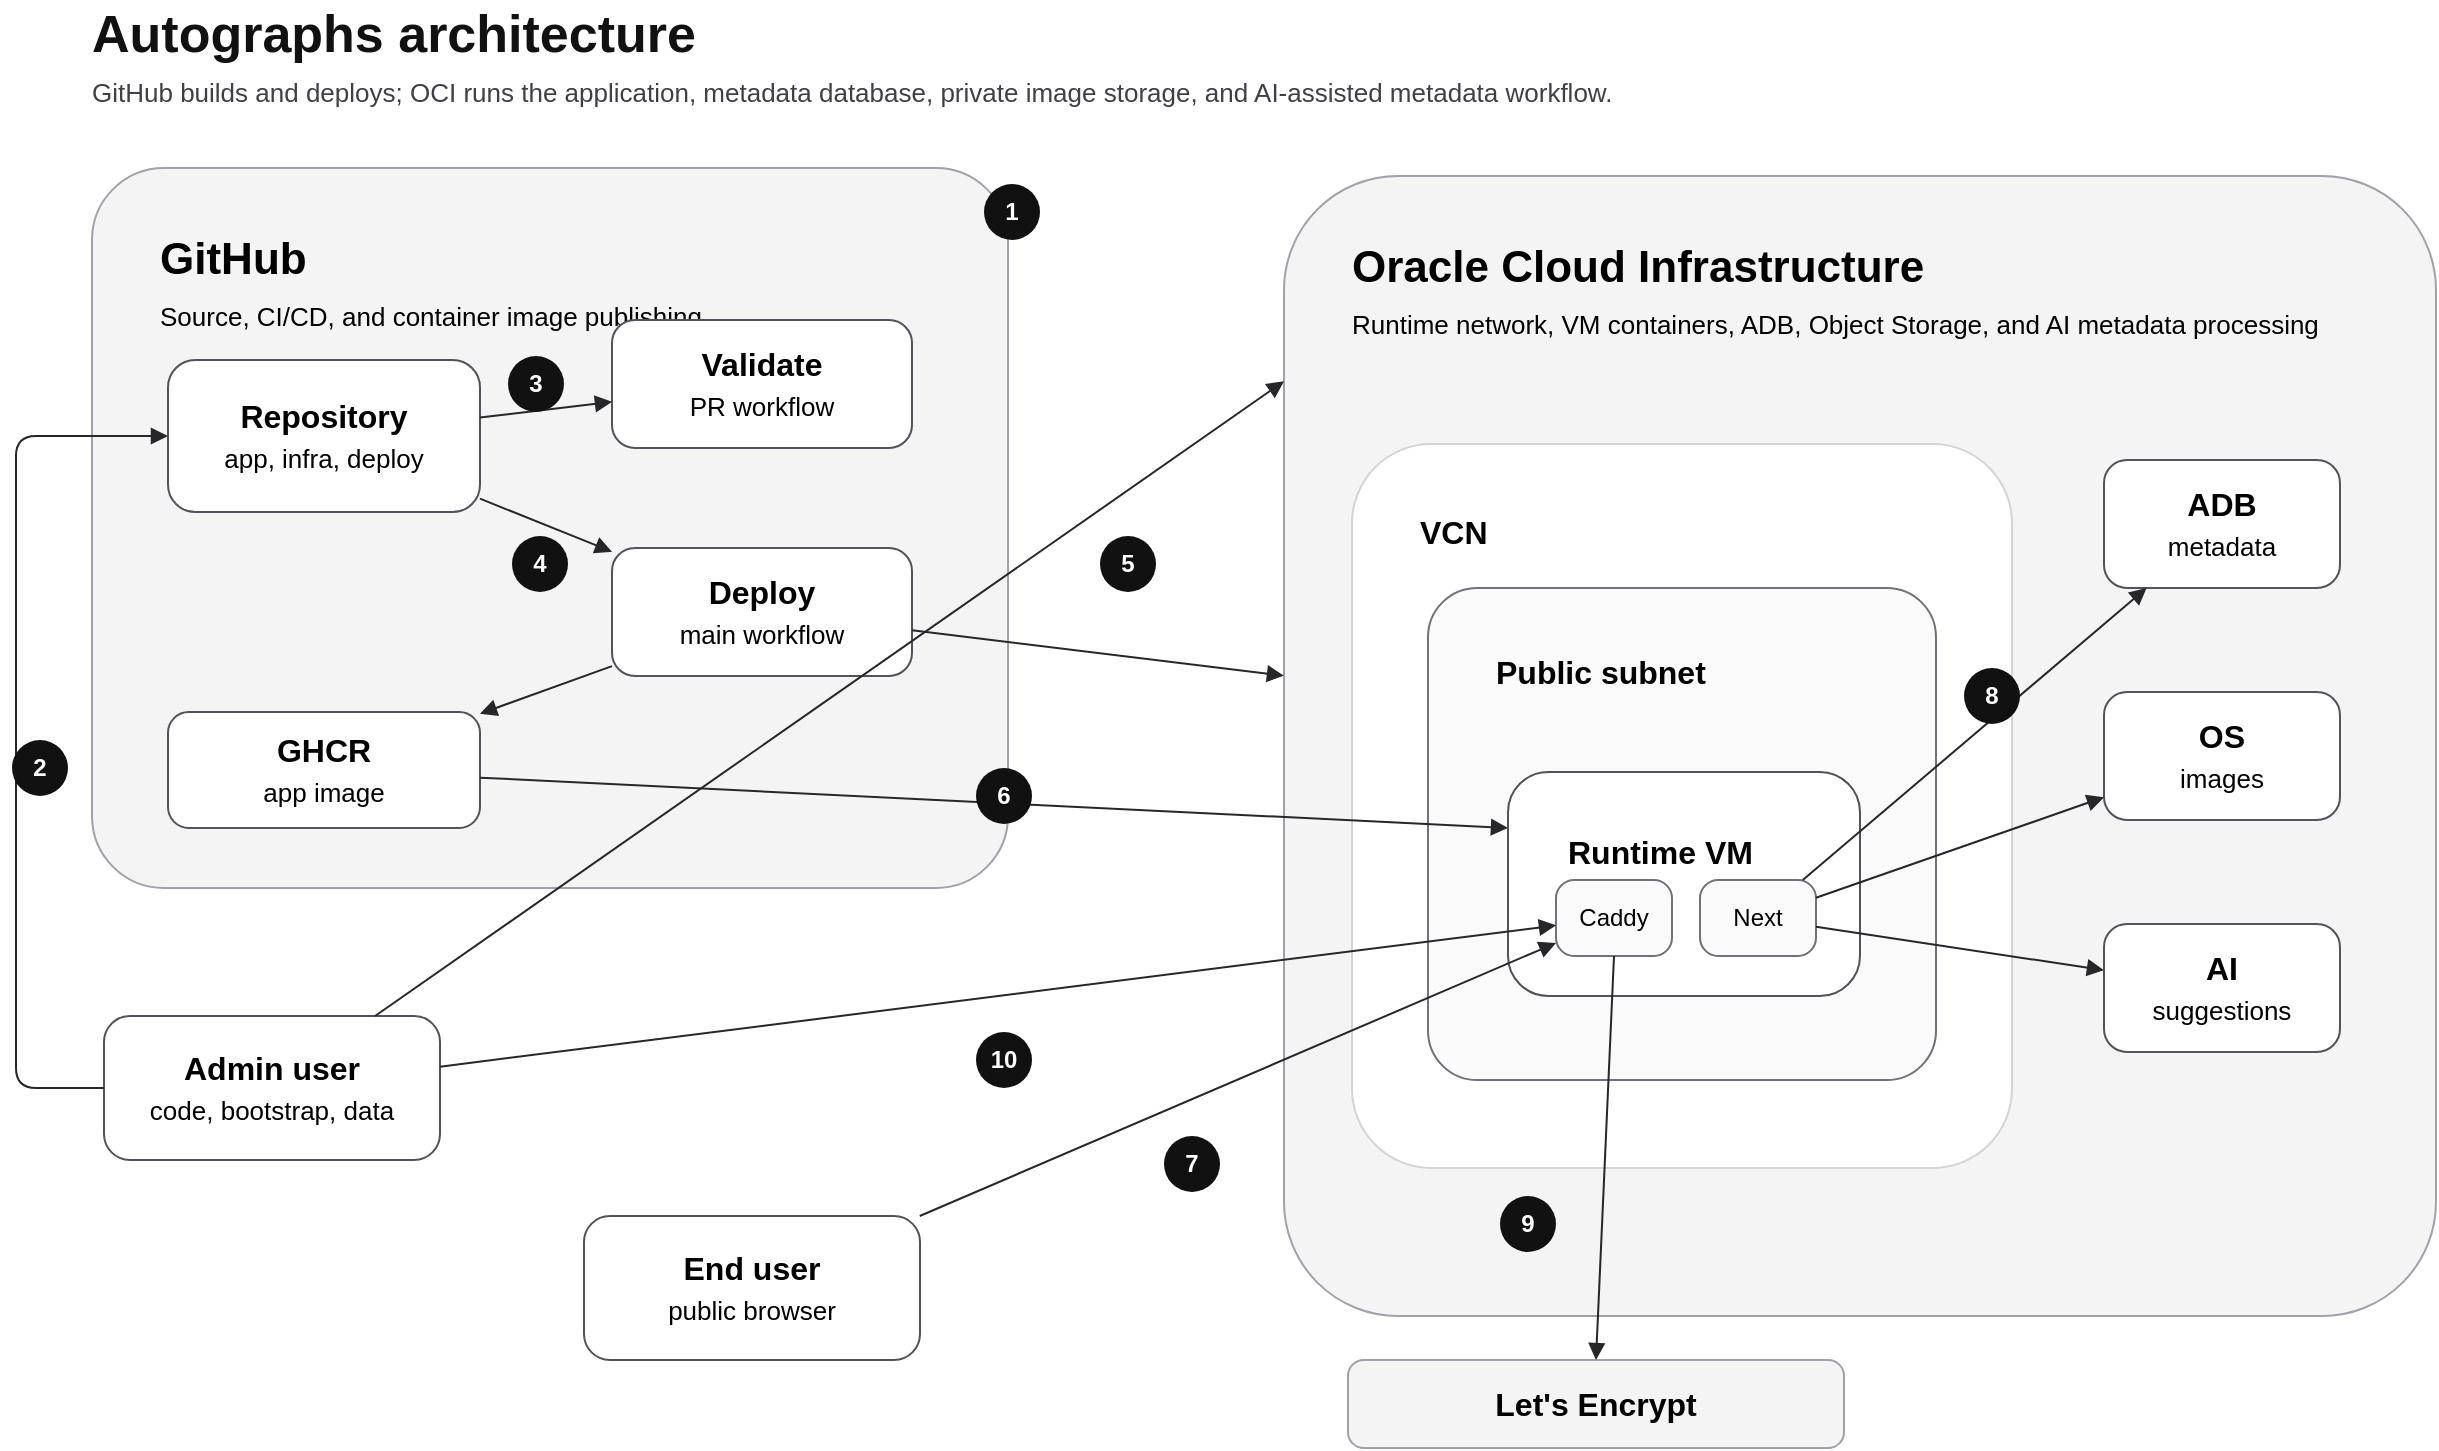
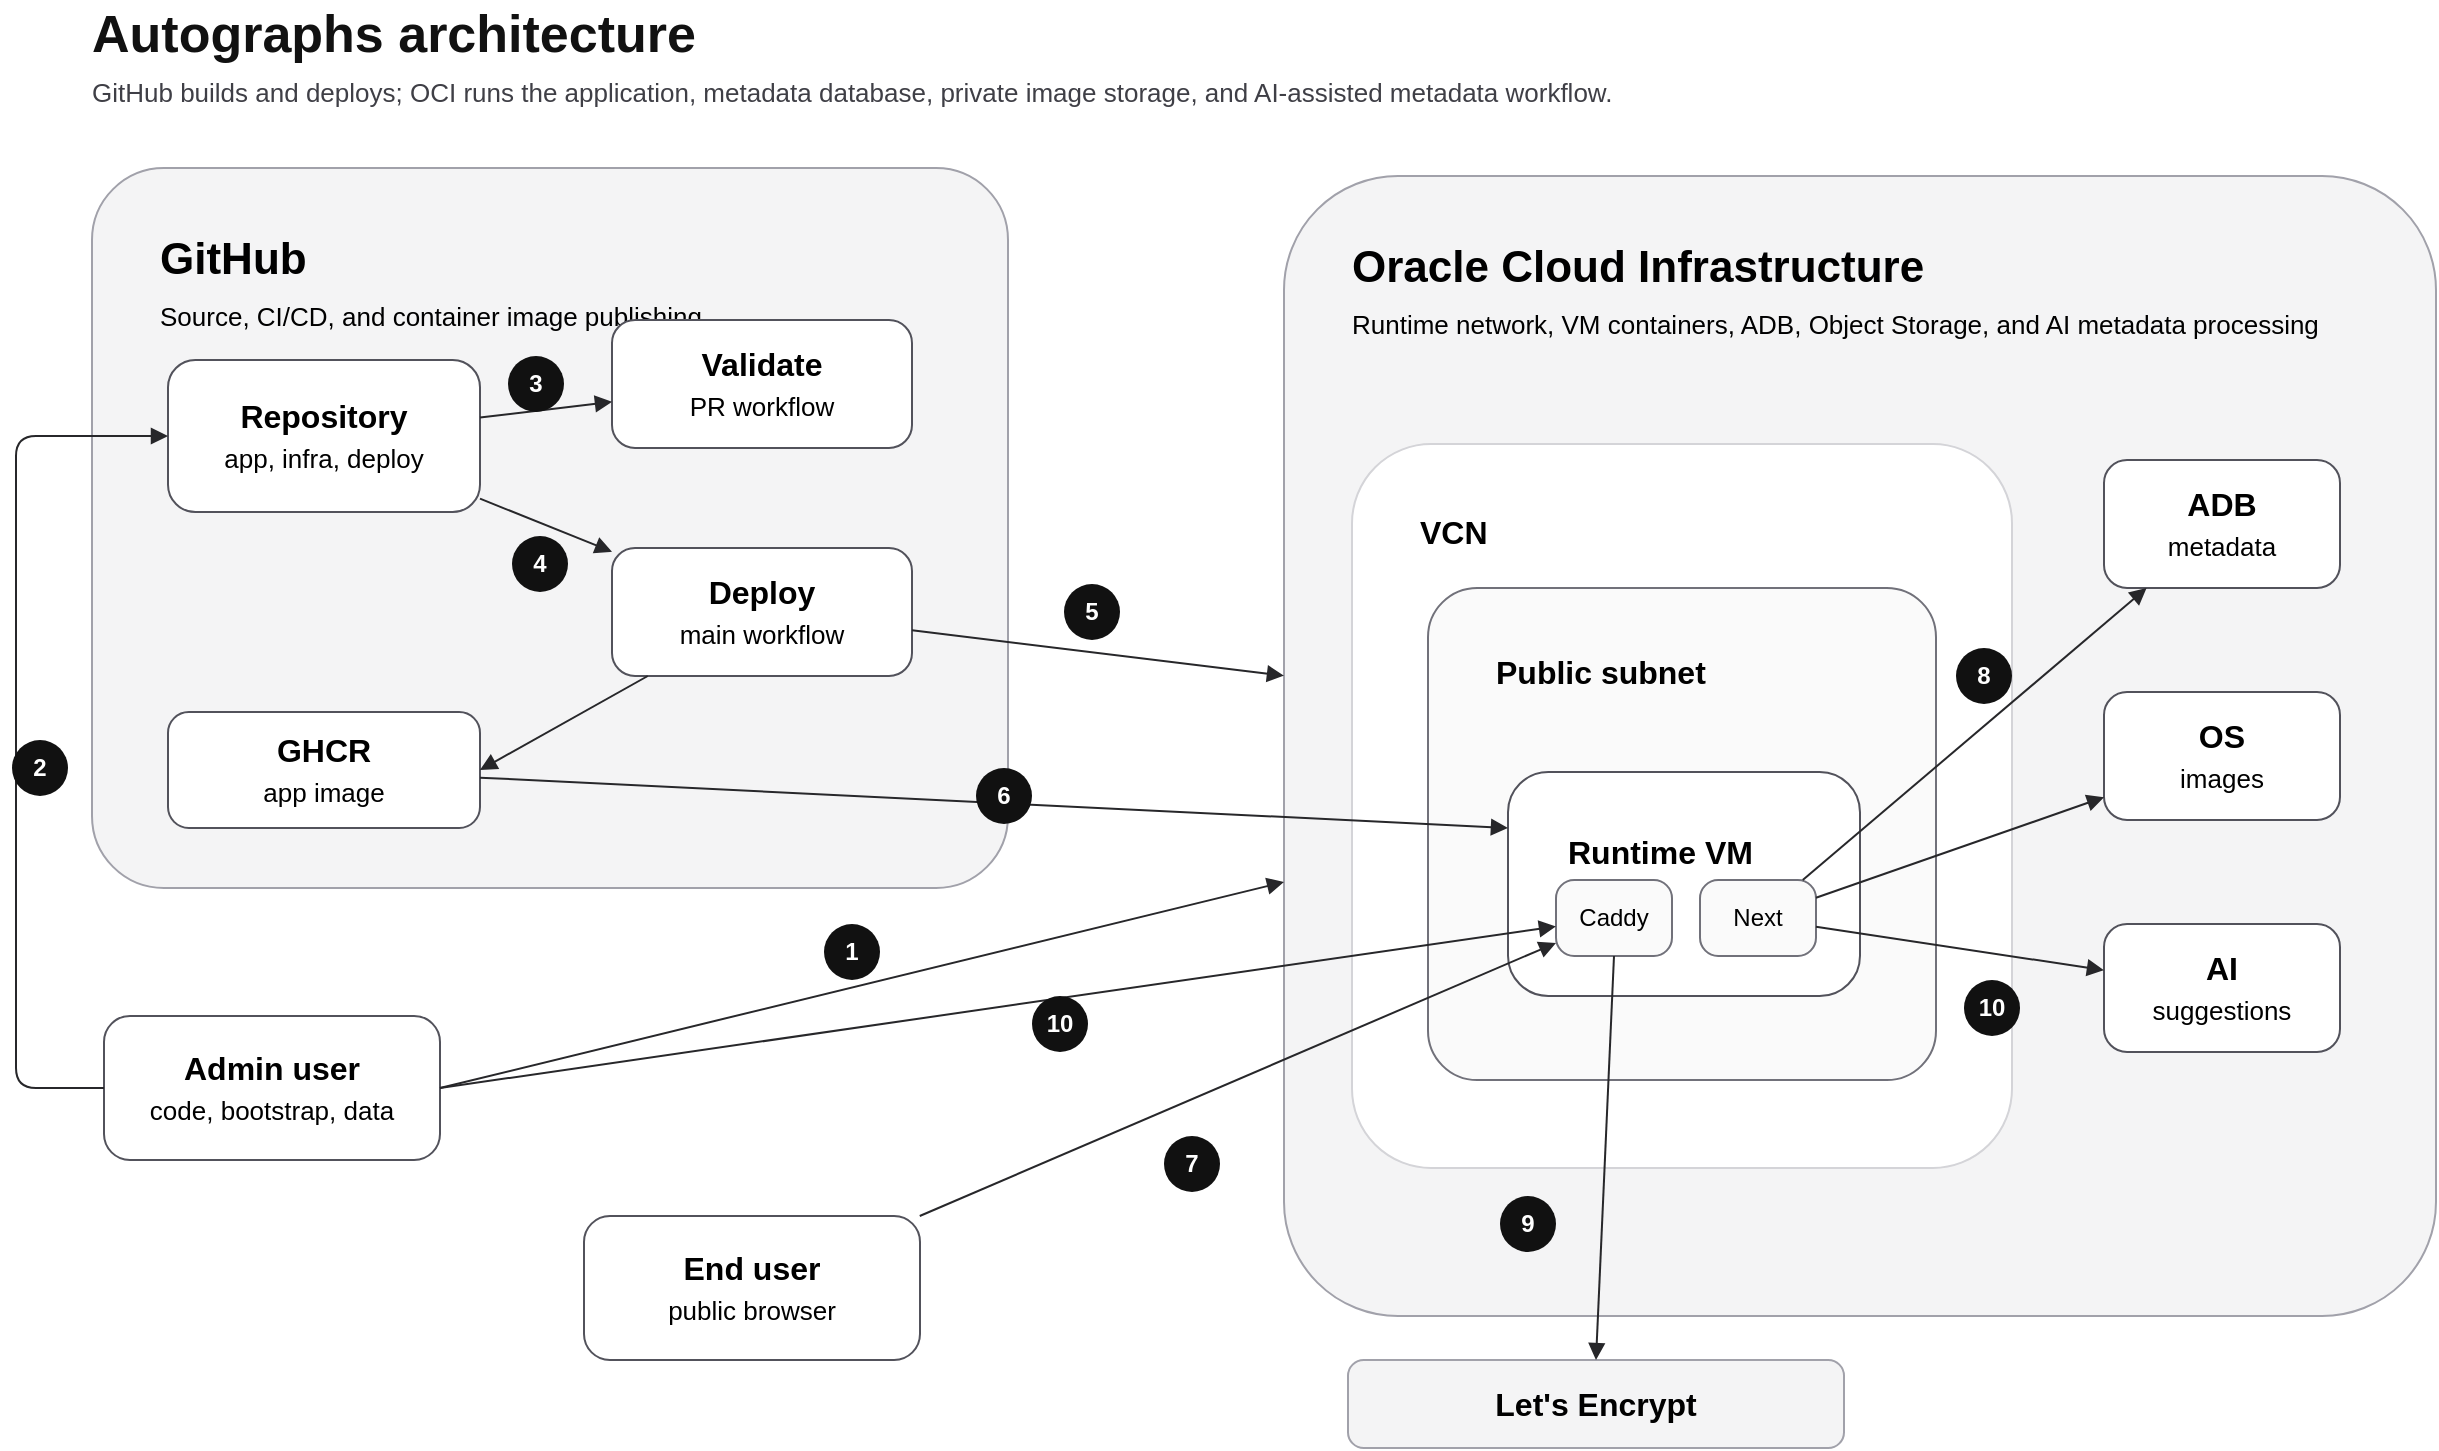
- <mxfile host="app.diagrams.net" modified="2026-05-14T00:00:00.000Z" agent="Codex" version="24.7.17" type="device">
+ <mxfile host="app.diagrams.net" agent="Codex">
  <diagram id="autographs-simplified-architecture" name="Autographs Architecture">
-     <mxGraphModel dx="1280" dy="760" grid="1" gridSize="10" guides="1" tooltips="1" connect="1" arrows="1" fold="1" page="1" pageScale="1" pageWidth="1280" pageHeight="760" math="0" shadow="0">
+     <mxGraphModel dx="1368" dy="734" grid="1" gridSize="10" guides="1" tooltips="1" connect="1" arrows="1" fold="1" page="1" pageScale="1" pageWidth="1280" pageHeight="760" math="0" shadow="0">
      <root>
        <mxCell id="0" />
        <mxCell id="1" parent="0" />
-         <mxCell id="title" value="Autographs architecture" style="text;html=1;strokeColor=none;fillColor=none;fontSize=26;fontStyle=1;fontColor=#111111;align=left;verticalAlign=middle;" vertex="1" parent="1"><mxGeometry x="52" y="28" width="360" height="34" as="geometry" /></mxCell>
-         <mxCell id="subtitle" value="GitHub builds and deploys; OCI runs the application, metadata database, private image storage, and AI-assisted metadata workflow." style="text;html=1;strokeColor=none;fillColor=none;fontSize=13;fontColor=#3f3f46;align=left;verticalAlign=middle;" vertex="1" parent="1"><mxGeometry x="52" y="62" width="790" height="24" as="geometry" /></mxCell>
-         <mxCell id="github-zone" value="GitHub&lt;br&gt;&lt;font style=&quot;font-size: 13px; font-weight: 400;&quot;&gt;Source, CI/CD, and container image publishing&lt;/font&gt;" style="rounded=1;whiteSpace=wrap;html=1;fillColor=#f4f4f5;strokeColor=#a1a1aa;fontStyle=1;fontSize=22;align=left;verticalAlign=top;spacingLeft=32;spacingTop=26;arcSize=10;" vertex="1" parent="1"><mxGeometry x="54" y="112" width="458" height="360" as="geometry" /></mxCell>
-         <mxCell id="repo" value="&lt;b&gt;Repository&lt;/b&gt;&lt;br&gt;&lt;font style=&quot;font-size: 13px;&quot;&gt;app, infra, deploy&lt;/font&gt;" style="rounded=1;whiteSpace=wrap;html=1;fillColor=#ffffff;strokeColor=#52525b;arcSize=18;fontSize=16;" vertex="1" parent="1"><mxGeometry x="92" y="208" width="156" height="76" as="geometry" /></mxCell>
-         <mxCell id="validate" value="&lt;b&gt;Validate&lt;/b&gt;&lt;br&gt;&lt;font style=&quot;font-size: 13px;&quot;&gt;PR workflow&lt;/font&gt;" style="rounded=1;whiteSpace=wrap;html=1;fillColor=#ffffff;strokeColor=#52525b;arcSize=18;fontSize=16;" vertex="1" parent="1"><mxGeometry x="314" y="188" width="150" height="64" as="geometry" /></mxCell>
-         <mxCell id="deploy" value="&lt;b&gt;Deploy&lt;/b&gt;&lt;br&gt;&lt;font style=&quot;font-size: 13px;&quot;&gt;main workflow&lt;/font&gt;" style="rounded=1;whiteSpace=wrap;html=1;fillColor=#ffffff;strokeColor=#52525b;arcSize=18;fontSize=16;" vertex="1" parent="1"><mxGeometry x="314" y="302" width="150" height="64" as="geometry" /></mxCell>
-         <mxCell id="ghcr" value="&lt;b&gt;GHCR&lt;/b&gt;&lt;br&gt;&lt;font style=&quot;font-size: 13px;&quot;&gt;app image&lt;/font&gt;" style="rounded=1;whiteSpace=wrap;html=1;fillColor=#ffffff;strokeColor=#52525b;arcSize=18;fontSize=16;" vertex="1" parent="1"><mxGeometry x="92" y="384" width="156" height="58" as="geometry" /></mxCell>
-         <mxCell id="admin" value="&lt;b&gt;Admin user&lt;/b&gt;&lt;br&gt;&lt;font style=&quot;font-size: 13px;&quot;&gt;code, bootstrap, data&lt;/font&gt;" style="rounded=1;whiteSpace=wrap;html=1;fillColor=#ffffff;strokeColor=#52525b;arcSize=18;fontSize=16;" vertex="1" parent="1"><mxGeometry x="60" y="536" width="168" height="72" as="geometry" /></mxCell>
-         <mxCell id="end-user" value="&lt;b&gt;End user&lt;/b&gt;&lt;br&gt;&lt;font style=&quot;font-size: 13px;&quot;&gt;public browser&lt;/font&gt;" style="rounded=1;whiteSpace=wrap;html=1;fillColor=#ffffff;strokeColor=#52525b;arcSize=18;fontSize=16;" vertex="1" parent="1"><mxGeometry x="300" y="636" width="168" height="72" as="geometry" /></mxCell>
-         <mxCell id="oci-zone" value="Oracle Cloud Infrastructure&lt;br&gt;&lt;font style=&quot;font-size: 13px; font-weight: 400;&quot;&gt;Runtime network, VM containers, ADB, Object Storage, and AI metadata processing&lt;/font&gt;" style="rounded=1;whiteSpace=wrap;html=1;fillColor=#f4f4f5;strokeColor=#a1a1aa;fontStyle=1;fontSize=22;align=left;verticalAlign=top;spacingLeft=32;spacingTop=26;arcSize=10;" vertex="1" parent="1"><mxGeometry x="650" y="116" width="576" height="570" as="geometry" /></mxCell>
-         <mxCell id="vcn" value="&lt;b&gt;VCN&lt;/b&gt;" style="rounded=1;whiteSpace=wrap;html=1;fillColor=#ffffff;strokeColor=#d4d4d8;arcSize=12;fontSize=16;align=left;verticalAlign=top;spacingLeft=32;spacingTop=28;" vertex="1" parent="1"><mxGeometry x="684" y="250" width="330" height="362" as="geometry" /></mxCell>
-         <mxCell id="subnet" value="&lt;b&gt;Public subnet&lt;/b&gt;" style="rounded=1;whiteSpace=wrap;html=1;fillColor=#fafafa;strokeColor=#71717a;arcSize=10;fontSize=16;align=left;verticalAlign=top;spacingLeft=32;spacingTop=26;" vertex="1" parent="1"><mxGeometry x="722" y="322" width="254" height="246" as="geometry" /></mxCell>
-         <mxCell id="vm" value="&lt;b&gt;Runtime VM&lt;/b&gt;" style="rounded=1;whiteSpace=wrap;html=1;fillColor=#ffffff;strokeColor=#52525b;arcSize=18;fontSize=16;align=left;verticalAlign=top;spacingLeft=28;spacingTop=24;" vertex="1" parent="1"><mxGeometry x="762" y="414" width="176" height="112" as="geometry" /></mxCell>
-         <mxCell id="caddy" value="Caddy" style="rounded=1;whiteSpace=wrap;html=1;fillColor=#fafafa;strokeColor=#71717a;arcSize=24;fontSize=12;" vertex="1" parent="1"><mxGeometry x="786" y="468" width="58" height="38" as="geometry" /></mxCell>
-         <mxCell id="next" value="Next" style="rounded=1;whiteSpace=wrap;html=1;fillColor=#fafafa;strokeColor=#71717a;arcSize=24;fontSize=12;" vertex="1" parent="1"><mxGeometry x="858" y="468" width="58" height="38" as="geometry" /></mxCell>
-         <mxCell id="adb" value="&lt;b&gt;ADB&lt;/b&gt;&lt;br&gt;&lt;font style=&quot;font-size: 13px;&quot;&gt;metadata&lt;/font&gt;" style="rounded=1;whiteSpace=wrap;html=1;fillColor=#ffffff;strokeColor=#52525b;arcSize=18;fontSize=16;" vertex="1" parent="1"><mxGeometry x="1060" y="258" width="118" height="64" as="geometry" /></mxCell>
-         <mxCell id="object-storage" value="&lt;b&gt;OS&lt;/b&gt;&lt;br&gt;&lt;font style=&quot;font-size: 13px;&quot;&gt;images&lt;/font&gt;" style="rounded=1;whiteSpace=wrap;html=1;fillColor=#ffffff;strokeColor=#52525b;arcSize=18;fontSize=16;" vertex="1" parent="1"><mxGeometry x="1060" y="374" width="118" height="64" as="geometry" /></mxCell>
-         <mxCell id="ai-processing" value="&lt;b&gt;AI&lt;/b&gt;&lt;br&gt;&lt;font style=&quot;font-size: 13px;&quot;&gt;suggestions&lt;/font&gt;" style="rounded=1;whiteSpace=wrap;html=1;fillColor=#ffffff;strokeColor=#52525b;arcSize=18;fontSize=16;" vertex="1" parent="1"><mxGeometry x="1060" y="490" width="118" height="64" as="geometry" /></mxCell>
-         <mxCell id="lets-encrypt" value="&lt;b&gt;Let&apos;s Encrypt&lt;/b&gt;" style="rounded=1;whiteSpace=wrap;html=1;fillColor=#f4f4f5;strokeColor=#a1a1aa;arcSize=18;fontSize=16;" vertex="1" parent="1"><mxGeometry x="682" y="708" width="248" height="44" as="geometry" /></mxCell>
-         <mxCell id="e-admin-repo" edge="1" parent="1" source="admin" target="repo" style="endArrow=block;html=1;rounded=1;strokeColor=#27272a;strokeWidth=1;exitX=0;exitY=0.5;entryX=0;entryY=0.5;"><mxGeometry relative="1" as="geometry"><Array as="points"><mxPoint x="16" y="572" /><mxPoint x="16" y="246" /></Array></mxGeometry></mxCell>
-         <mxCell id="e-repo-validate" edge="1" parent="1" source="repo" target="validate" style="endArrow=block;html=1;rounded=1;strokeColor=#27272a;strokeWidth=1;"><mxGeometry relative="1" as="geometry" /></mxCell>
-         <mxCell id="e-repo-deploy" edge="1" parent="1" source="repo" target="deploy" style="endArrow=block;html=1;rounded=1;strokeColor=#27272a;strokeWidth=1;"><mxGeometry relative="1" as="geometry" /></mxCell>
-         <mxCell id="e-deploy-ghcr" edge="1" parent="1" source="deploy" target="ghcr" style="endArrow=block;html=1;rounded=1;strokeColor=#27272a;strokeWidth=1;"><mxGeometry relative="1" as="geometry" /></mxCell>
-         <mxCell id="e-deploy-oci" edge="1" parent="1" source="deploy" target="oci-zone" style="endArrow=block;html=1;rounded=1;strokeColor=#27272a;strokeWidth=1;"><mxGeometry relative="1" as="geometry" /></mxCell>
-         <mxCell id="e-ghcr-vm" edge="1" parent="1" source="ghcr" target="vm" style="endArrow=block;html=1;rounded=1;strokeColor=#27272a;strokeWidth=1;entryX=0;entryY=0.25;"><mxGeometry relative="1" as="geometry" /></mxCell>
-         <mxCell id="e-admin-oci" edge="1" parent="1" source="admin" target="oci-zone" style="endArrow=block;html=1;rounded=1;strokeColor=#27272a;strokeWidth=1;entryX=0;entryY=0.18;"><mxGeometry relative="1" as="geometry" /></mxCell>
-         <mxCell id="e-user-caddy" edge="1" parent="1" source="end-user" target="caddy" style="endArrow=block;html=1;rounded=1;strokeColor=#27272a;strokeWidth=1;"><mxGeometry relative="1" as="geometry" /></mxCell>
-         <mxCell id="e-admin-next" edge="1" parent="1" source="admin" target="caddy" style="endArrow=block;html=1;rounded=1;strokeColor=#27272a;strokeWidth=1;"><mxGeometry relative="1" as="geometry" /></mxCell>
-         <mxCell id="e-next-adb" edge="1" parent="1" source="next" target="adb" style="endArrow=block;html=1;rounded=1;strokeColor=#27272a;strokeWidth=1;"><mxGeometry relative="1" as="geometry" /></mxCell>
-         <mxCell id="e-next-os" edge="1" parent="1" source="next" target="object-storage" style="endArrow=block;html=1;rounded=1;strokeColor=#27272a;strokeWidth=1;"><mxGeometry relative="1" as="geometry" /></mxCell>
-         <mxCell id="e-next-ai" edge="1" parent="1" source="next" target="ai-processing" style="endArrow=block;html=1;rounded=1;strokeColor=#27272a;strokeWidth=1;"><mxGeometry relative="1" as="geometry" /></mxCell>
-         <mxCell id="e-caddy-le" edge="1" parent="1" source="caddy" target="lets-encrypt" style="endArrow=block;html=1;rounded=1;strokeColor=#27272a;strokeWidth=1;exitX=0.5;exitY=1;entryX=0.5;entryY=0;"><mxGeometry relative="1" as="geometry" /></mxCell>
-         <mxCell id="n1" value="1" style="ellipse;whiteSpace=wrap;html=1;aspect=fixed;fillColor=#111111;strokeColor=none;fontColor=#ffffff;fontSize=12;fontStyle=1;" vertex="1" parent="1"><mxGeometry x="500" y="120" width="28" height="28" as="geometry" /></mxCell>
-         <mxCell id="n2" value="2" style="ellipse;whiteSpace=wrap;html=1;aspect=fixed;fillColor=#111111;strokeColor=none;fontColor=#ffffff;fontSize=12;fontStyle=1;" vertex="1" parent="1"><mxGeometry x="14" y="398" width="28" height="28" as="geometry" /></mxCell>
-         <mxCell id="n3" value="3" style="ellipse;whiteSpace=wrap;html=1;aspect=fixed;fillColor=#111111;strokeColor=none;fontColor=#ffffff;fontSize=12;fontStyle=1;" vertex="1" parent="1"><mxGeometry x="262" y="206" width="28" height="28" as="geometry" /></mxCell>
-         <mxCell id="n4" value="4" style="ellipse;whiteSpace=wrap;html=1;aspect=fixed;fillColor=#111111;strokeColor=none;fontColor=#ffffff;fontSize=12;fontStyle=1;" vertex="1" parent="1"><mxGeometry x="264" y="296" width="28" height="28" as="geometry" /></mxCell>
-         <mxCell id="n5" value="5" style="ellipse;whiteSpace=wrap;html=1;aspect=fixed;fillColor=#111111;strokeColor=none;fontColor=#ffffff;fontSize=12;fontStyle=1;" vertex="1" parent="1"><mxGeometry x="558" y="296" width="28" height="28" as="geometry" /></mxCell>
-         <mxCell id="n6" value="6" style="ellipse;whiteSpace=wrap;html=1;aspect=fixed;fillColor=#111111;strokeColor=none;fontColor=#ffffff;fontSize=12;fontStyle=1;" vertex="1" parent="1"><mxGeometry x="496" y="412" width="28" height="28" as="geometry" /></mxCell>
-         <mxCell id="n7" value="7" style="ellipse;whiteSpace=wrap;html=1;aspect=fixed;fillColor=#111111;strokeColor=none;fontColor=#ffffff;fontSize=12;fontStyle=1;" vertex="1" parent="1"><mxGeometry x="590" y="596" width="28" height="28" as="geometry" /></mxCell>
-         <mxCell id="n8" value="8" style="ellipse;whiteSpace=wrap;html=1;aspect=fixed;fillColor=#111111;strokeColor=none;fontColor=#ffffff;fontSize=12;fontStyle=1;" vertex="1" parent="1"><mxGeometry x="990" y="362" width="28" height="28" as="geometry" /></mxCell>
-         <mxCell id="n9" value="9" style="ellipse;whiteSpace=wrap;html=1;aspect=fixed;fillColor=#111111;strokeColor=none;fontColor=#ffffff;fontSize=12;fontStyle=1;" vertex="1" parent="1"><mxGeometry x="758" y="626" width="28" height="28" as="geometry" /></mxCell>
-         <mxCell id="n10" value="10" style="ellipse;whiteSpace=wrap;html=1;aspect=fixed;fillColor=#111111;strokeColor=none;fontColor=#ffffff;fontSize=12;fontStyle=1;" vertex="1" parent="1"><mxGeometry x="496" y="544" width="28" height="28" as="geometry" /></mxCell>
+         <mxCell id="title" parent="1" style="text;html=1;strokeColor=none;fillColor=none;fontSize=26;fontStyle=1;fontColor=#111111;align=left;verticalAlign=middle;" value="Autographs architecture" vertex="1">
+           <mxGeometry height="34" width="360" x="52" y="28" as="geometry" />
+         </mxCell>
+         <mxCell id="subtitle" parent="1" style="text;html=1;strokeColor=none;fillColor=none;fontSize=13;fontColor=#3f3f46;align=left;verticalAlign=middle;" value="GitHub builds and deploys; OCI runs the application, metadata database, private image storage, and AI-assisted metadata workflow." vertex="1">
+           <mxGeometry height="24" width="790" x="52" y="62" as="geometry" />
+         </mxCell>
+         <mxCell id="github-zone" parent="1" style="rounded=1;whiteSpace=wrap;html=1;fillColor=#f4f4f5;strokeColor=#a1a1aa;fontStyle=1;fontSize=22;align=left;verticalAlign=top;spacingLeft=32;spacingTop=26;arcSize=10;" value="GitHub&lt;br&gt;&lt;font style=&quot;font-size: 13px; font-weight: 400;&quot;&gt;Source, CI/CD, and container image publishing&lt;/font&gt;" vertex="1">
+           <mxGeometry height="360" width="458" x="54" y="112" as="geometry" />
+         </mxCell>
+         <mxCell id="repo" parent="1" style="rounded=1;whiteSpace=wrap;html=1;fillColor=#ffffff;strokeColor=#52525b;arcSize=18;fontSize=16;" value="&lt;b&gt;Repository&lt;/b&gt;&lt;br&gt;&lt;font style=&quot;font-size: 13px;&quot;&gt;app, infra, deploy&lt;/font&gt;" vertex="1">
+           <mxGeometry height="76" width="156" x="92" y="208" as="geometry" />
+         </mxCell>
+         <mxCell id="validate" parent="1" style="rounded=1;whiteSpace=wrap;html=1;fillColor=#ffffff;strokeColor=#52525b;arcSize=18;fontSize=16;" value="&lt;b&gt;Validate&lt;/b&gt;&lt;br&gt;&lt;font style=&quot;font-size: 13px;&quot;&gt;PR workflow&lt;/font&gt;" vertex="1">
+           <mxGeometry height="64" width="150" x="314" y="188" as="geometry" />
+         </mxCell>
+         <mxCell id="deploy" parent="1" style="rounded=1;whiteSpace=wrap;html=1;fillColor=#ffffff;strokeColor=#52525b;arcSize=18;fontSize=16;" value="&lt;b&gt;Deploy&lt;/b&gt;&lt;br&gt;&lt;font style=&quot;font-size: 13px;&quot;&gt;main workflow&lt;/font&gt;" vertex="1">
+           <mxGeometry height="64" width="150" x="314" y="302" as="geometry" />
+         </mxCell>
+         <mxCell id="ghcr" parent="1" style="rounded=1;whiteSpace=wrap;html=1;fillColor=#ffffff;strokeColor=#52525b;arcSize=18;fontSize=16;" value="&lt;b&gt;GHCR&lt;/b&gt;&lt;br&gt;&lt;font style=&quot;font-size: 13px;&quot;&gt;app image&lt;/font&gt;" vertex="1">
+           <mxGeometry height="58" width="156" x="92" y="384" as="geometry" />
+         </mxCell>
+         <mxCell id="admin" parent="1" style="rounded=1;whiteSpace=wrap;html=1;fillColor=#ffffff;strokeColor=#52525b;arcSize=18;fontSize=16;" value="&lt;b&gt;Admin user&lt;/b&gt;&lt;br&gt;&lt;font style=&quot;font-size: 13px;&quot;&gt;code, bootstrap, data&lt;/font&gt;" vertex="1">
+           <mxGeometry height="72" width="168" x="60" y="536" as="geometry" />
+         </mxCell>
+         <mxCell id="end-user" parent="1" style="rounded=1;whiteSpace=wrap;html=1;fillColor=#ffffff;strokeColor=#52525b;arcSize=18;fontSize=16;" value="&lt;b&gt;End user&lt;/b&gt;&lt;br&gt;&lt;font style=&quot;font-size: 13px;&quot;&gt;public browser&lt;/font&gt;" vertex="1">
+           <mxGeometry height="72" width="168" x="300" y="636" as="geometry" />
+         </mxCell>
+         <mxCell id="oci-zone" parent="1" style="rounded=1;whiteSpace=wrap;html=1;fillColor=#f4f4f5;strokeColor=#a1a1aa;fontStyle=1;fontSize=22;align=left;verticalAlign=top;spacingLeft=32;spacingTop=26;arcSize=10;" value="Oracle Cloud Infrastructure&lt;br&gt;&lt;font style=&quot;font-size: 13px; font-weight: 400;&quot;&gt;Runtime network, VM containers, ADB, Object Storage, and AI metadata processing&lt;/font&gt;" vertex="1">
+           <mxGeometry height="570" width="576" x="650" y="116" as="geometry" />
+         </mxCell>
+         <mxCell id="vcn" parent="1" style="rounded=1;whiteSpace=wrap;html=1;fillColor=#ffffff;strokeColor=#d4d4d8;arcSize=12;fontSize=16;align=left;verticalAlign=top;spacingLeft=32;spacingTop=28;" value="&lt;b&gt;VCN&lt;/b&gt;" vertex="1">
+           <mxGeometry height="362" width="330" x="684" y="250" as="geometry" />
+         </mxCell>
+         <mxCell id="subnet" parent="1" style="rounded=1;whiteSpace=wrap;html=1;fillColor=#fafafa;strokeColor=#71717a;arcSize=10;fontSize=16;align=left;verticalAlign=top;spacingLeft=32;spacingTop=26;" value="&lt;b&gt;Public subnet&lt;/b&gt;" vertex="1">
+           <mxGeometry height="246" width="254" x="722" y="322" as="geometry" />
+         </mxCell>
+         <mxCell id="vm" parent="1" style="rounded=1;whiteSpace=wrap;html=1;fillColor=#ffffff;strokeColor=#52525b;arcSize=18;fontSize=16;align=left;verticalAlign=top;spacingLeft=28;spacingTop=24;" value="&lt;b&gt;Runtime VM&lt;/b&gt;" vertex="1">
+           <mxGeometry height="112" width="176" x="762" y="414" as="geometry" />
+         </mxCell>
+         <mxCell id="caddy" parent="1" style="rounded=1;whiteSpace=wrap;html=1;fillColor=#fafafa;strokeColor=#71717a;arcSize=24;fontSize=12;" value="Caddy" vertex="1">
+           <mxGeometry height="38" width="58" x="786" y="468" as="geometry" />
+         </mxCell>
+         <mxCell id="next" parent="1" style="rounded=1;whiteSpace=wrap;html=1;fillColor=#fafafa;strokeColor=#71717a;arcSize=24;fontSize=12;" value="Next" vertex="1">
+           <mxGeometry height="38" width="58" x="858" y="468" as="geometry" />
+         </mxCell>
+         <mxCell id="adb" parent="1" style="rounded=1;whiteSpace=wrap;html=1;fillColor=#ffffff;strokeColor=#52525b;arcSize=18;fontSize=16;" value="&lt;b&gt;ADB&lt;/b&gt;&lt;br&gt;&lt;font style=&quot;font-size: 13px;&quot;&gt;metadata&lt;/font&gt;" vertex="1">
+           <mxGeometry height="64" width="118" x="1060" y="258" as="geometry" />
+         </mxCell>
+         <mxCell id="object-storage" parent="1" style="rounded=1;whiteSpace=wrap;html=1;fillColor=#ffffff;strokeColor=#52525b;arcSize=18;fontSize=16;" value="&lt;b&gt;OS&lt;/b&gt;&lt;br&gt;&lt;font style=&quot;font-size: 13px;&quot;&gt;images&lt;/font&gt;" vertex="1">
+           <mxGeometry height="64" width="118" x="1060" y="374" as="geometry" />
+         </mxCell>
+         <mxCell id="ai-processing" parent="1" style="rounded=1;whiteSpace=wrap;html=1;fillColor=#ffffff;strokeColor=#52525b;arcSize=18;fontSize=16;" value="&lt;b&gt;AI&lt;/b&gt;&lt;br&gt;&lt;font style=&quot;font-size: 13px;&quot;&gt;suggestions&lt;/font&gt;" vertex="1">
+           <mxGeometry height="64" width="118" x="1060" y="490" as="geometry" />
+         </mxCell>
+         <mxCell id="lets-encrypt" parent="1" style="rounded=1;whiteSpace=wrap;html=1;fillColor=#f4f4f5;strokeColor=#a1a1aa;arcSize=18;fontSize=16;" value="&lt;b&gt;Let&#39;s Encrypt&lt;/b&gt;" vertex="1">
+           <mxGeometry height="44" width="248" x="682" y="708" as="geometry" />
+         </mxCell>
+         <mxCell id="e-admin-repo" edge="1" parent="1" source="admin" style="endArrow=block;html=1;rounded=1;strokeColor=#27272a;strokeWidth=1;exitX=0;exitY=0.5;entryX=0;entryY=0.5;" target="repo">
+           <mxGeometry relative="1" as="geometry">
+             <Array as="points">
+               <mxPoint x="16" y="572" />
+               <mxPoint x="16" y="246" />
+             </Array>
+           </mxGeometry>
+         </mxCell>
+         <mxCell id="e-repo-validate" edge="1" parent="1" source="repo" style="endArrow=block;html=1;rounded=1;strokeColor=#27272a;strokeWidth=1;" target="validate">
+           <mxGeometry relative="1" as="geometry" />
+         </mxCell>
+         <mxCell id="e-repo-deploy" edge="1" parent="1" source="repo" style="endArrow=block;html=1;rounded=1;strokeColor=#27272a;strokeWidth=1;" target="deploy">
+           <mxGeometry relative="1" as="geometry" />
+         </mxCell>
+         <mxCell id="e-deploy-ghcr" edge="1" parent="1" source="deploy" style="endArrow=block;html=1;rounded=1;strokeColor=#27272a;strokeWidth=1;entryX=1;entryY=0.5;entryDx=0;entryDy=0;" target="ghcr">
+           <mxGeometry relative="1" as="geometry" />
+         </mxCell>
+         <mxCell id="e-deploy-oci" edge="1" parent="1" source="deploy" style="endArrow=block;html=1;rounded=1;strokeColor=#27272a;strokeWidth=1;" target="oci-zone">
+           <mxGeometry relative="1" as="geometry" />
+         </mxCell>
+         <mxCell id="e-ghcr-vm" edge="1" parent="1" source="ghcr" style="endArrow=block;html=1;rounded=1;strokeColor=#27272a;strokeWidth=1;entryX=0;entryY=0.25;" target="vm">
+           <mxGeometry relative="1" as="geometry" />
+         </mxCell>
+         <mxCell id="e-admin-oci" edge="1" parent="1" source="admin" style="endArrow=block;html=1;rounded=1;strokeColor=#27272a;strokeWidth=1;exitX=1;exitY=0.5;exitDx=0;exitDy=0;exitPerimeter=0;">
+           <mxGeometry relative="1" as="geometry">
+             <mxPoint x="228" y="572" as="sourcePoint" />
+             <mxPoint x="650" y="469.0251889168767" as="targetPoint" />
+           </mxGeometry>
+         </mxCell>
+         <mxCell id="e-user-caddy" edge="1" parent="1" source="end-user" style="endArrow=block;html=1;rounded=1;strokeColor=#27272a;strokeWidth=1;" target="caddy">
+           <mxGeometry relative="1" as="geometry" />
+         </mxCell>
+         <mxCell id="e-admin-next" edge="1" parent="1" source="admin" style="endArrow=block;html=1;rounded=1;strokeColor=#27272a;strokeWidth=1;exitX=1;exitY=0.5;exitDx=0;exitDy=0;" target="caddy">
+           <mxGeometry relative="1" as="geometry" />
+         </mxCell>
+         <mxCell id="e-next-adb" edge="1" parent="1" source="next" style="endArrow=block;html=1;rounded=1;strokeColor=#27272a;strokeWidth=1;" target="adb">
+           <mxGeometry relative="1" as="geometry" />
+         </mxCell>
+         <mxCell id="e-next-os" edge="1" parent="1" source="next" style="endArrow=block;html=1;rounded=1;strokeColor=#27272a;strokeWidth=1;" target="object-storage">
+           <mxGeometry relative="1" as="geometry" />
+         </mxCell>
+         <mxCell id="e-next-ai" edge="1" parent="1" source="next" style="endArrow=block;html=1;rounded=1;strokeColor=#27272a;strokeWidth=1;" target="ai-processing">
+           <mxGeometry relative="1" as="geometry" />
+         </mxCell>
+         <mxCell id="e-caddy-le" edge="1" parent="1" source="caddy" style="endArrow=block;html=1;rounded=1;strokeColor=#27272a;strokeWidth=1;exitX=0.5;exitY=1;entryX=0.5;entryY=0;" target="lets-encrypt">
+           <mxGeometry relative="1" as="geometry" />
+         </mxCell>
+         <mxCell id="n1" parent="1" style="ellipse;whiteSpace=wrap;html=1;aspect=fixed;fillColor=#111111;strokeColor=none;fontColor=#ffffff;fontSize=12;fontStyle=1;" value="1" vertex="1">
+           <mxGeometry height="28" width="28" x="420" y="490" as="geometry" />
+         </mxCell>
+         <mxCell id="n2" parent="1" style="ellipse;whiteSpace=wrap;html=1;aspect=fixed;fillColor=#111111;strokeColor=none;fontColor=#ffffff;fontSize=12;fontStyle=1;" value="2" vertex="1">
+           <mxGeometry height="28" width="28" x="14" y="398" as="geometry" />
+         </mxCell>
+         <mxCell id="n3" parent="1" style="ellipse;whiteSpace=wrap;html=1;aspect=fixed;fillColor=#111111;strokeColor=none;fontColor=#ffffff;fontSize=12;fontStyle=1;" value="3" vertex="1">
+           <mxGeometry height="28" width="28" x="262" y="206" as="geometry" />
+         </mxCell>
+         <mxCell id="n4" parent="1" style="ellipse;whiteSpace=wrap;html=1;aspect=fixed;fillColor=#111111;strokeColor=none;fontColor=#ffffff;fontSize=12;fontStyle=1;" value="4" vertex="1">
+           <mxGeometry height="28" width="28" x="264" y="296" as="geometry" />
+         </mxCell>
+         <mxCell id="n5" parent="1" style="ellipse;whiteSpace=wrap;html=1;aspect=fixed;fillColor=#111111;strokeColor=none;fontColor=#ffffff;fontSize=12;fontStyle=1;" value="5" vertex="1">
+           <mxGeometry height="28" width="28" x="540" y="320" as="geometry" />
+         </mxCell>
+         <mxCell id="n6" parent="1" style="ellipse;whiteSpace=wrap;html=1;aspect=fixed;fillColor=#111111;strokeColor=none;fontColor=#ffffff;fontSize=12;fontStyle=1;" value="6" vertex="1">
+           <mxGeometry height="28" width="28" x="496" y="412" as="geometry" />
+         </mxCell>
+         <mxCell id="n7" parent="1" style="ellipse;whiteSpace=wrap;html=1;aspect=fixed;fillColor=#111111;strokeColor=none;fontColor=#ffffff;fontSize=12;fontStyle=1;" value="7" vertex="1">
+           <mxGeometry height="28" width="28" x="590" y="596" as="geometry" />
+         </mxCell>
+         <mxCell id="n8" parent="1" style="ellipse;whiteSpace=wrap;html=1;aspect=fixed;fillColor=#111111;strokeColor=none;fontColor=#ffffff;fontSize=12;fontStyle=1;" value="8" vertex="1">
+           <mxGeometry height="28" width="28" x="986" y="352" as="geometry" />
+         </mxCell>
+         <mxCell id="n9" parent="1" style="ellipse;whiteSpace=wrap;html=1;aspect=fixed;fillColor=#111111;strokeColor=none;fontColor=#ffffff;fontSize=12;fontStyle=1;" value="9" vertex="1">
+           <mxGeometry height="28" width="28" x="758" y="626" as="geometry" />
+         </mxCell>
+         <mxCell id="n10" parent="1" style="ellipse;whiteSpace=wrap;html=1;aspect=fixed;fillColor=#111111;strokeColor=none;fontColor=#ffffff;fontSize=12;fontStyle=1;" value="10" vertex="1">
+           <mxGeometry height="28" width="28" x="524" y="526" as="geometry" />
+         </mxCell>
+         <mxCell id="53G5qgQ3t5_bfomiu4lQ-3" parent="1" style="ellipse;whiteSpace=wrap;html=1;aspect=fixed;fillColor=#111111;strokeColor=none;fontColor=#ffffff;fontSize=12;fontStyle=1;" value="10" vertex="1">
+           <mxGeometry height="28" width="28" x="990" y="518" as="geometry" />
+         </mxCell>
      </root>
    </mxGraphModel>
  </diagram>
</mxfile>
